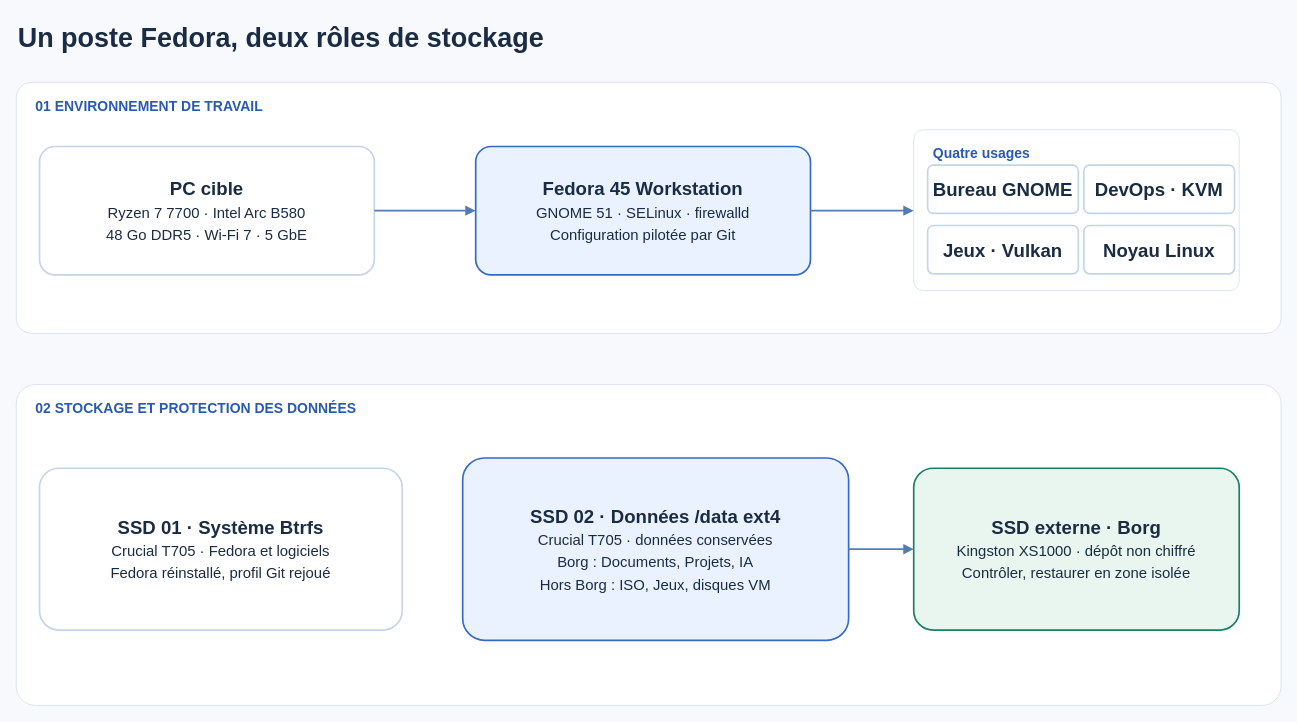
Earlier version of the draw.io diagram docs/assets/diagrams/architecture-poste.drawio (mathiasseguincadiche/FEDORA_GNOME_CUSTOM). Source tidied: cells renumbered, new cells numbered last; positions are measured from the earlier drawing's top-left corner, leaving out a move shared by most shapes. Both pictures are drawn from the tidied source at 93%, with x=0, y=0 at pixel (16, 16).
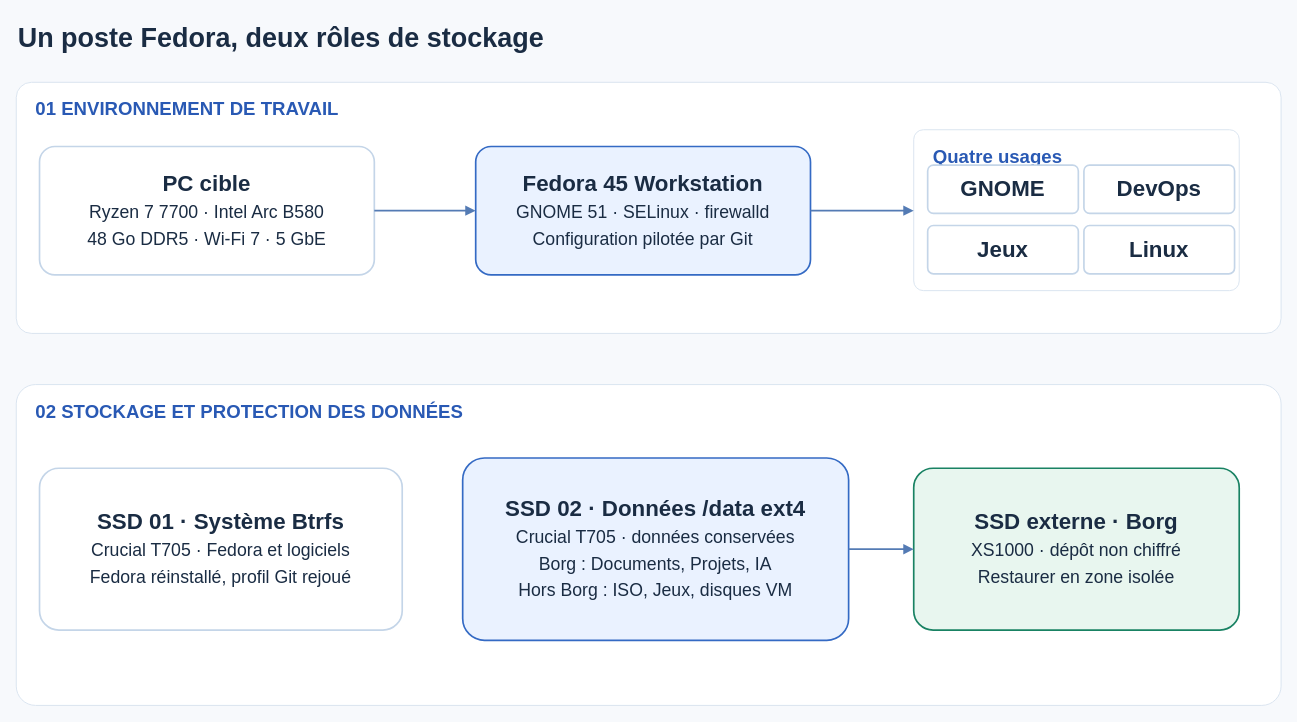
The same diagram, later.

The edit, as a diff of the source:
```diff
@@
 <mxGraphModel background="#F7F9FC">
   <root>
     <mxCell id="0" />
     <mxCell id="1" parent="0" />
     <mxCell id="2" value="Un poste Fedora, deux rôles de stockage" style="text;html=1;fontSize=29;fontStyle=1;fontColor=#1A2C43;fontFamily=Arial;align=left;verticalAlign=middle;" parent="1" vertex="1">
       <mxGeometry width="1360" height="46" as="geometry" />
     </mxCell>
-    <mxCell id="3" value="01  ENVIRONNEMENT DE TRAVAIL" style="rounded=1;arcSize=6;whiteSpace=wrap;html=1;fillColor=#FFFFFF;strokeColor=#D9E3EF;fontColor=#2959B4;fontStyle=1;fontSize=15;fontFamily=Arial;verticalAlign=top;align=left;spacingLeft=19;spacingTop=10;" parent="1" vertex="1">
+    <mxCell id="3" value="01  ENVIRONNEMENT DE TRAVAIL" style="rounded=1;arcSize=6;whiteSpace=wrap;html=1;fillColor=#FFFFFF;strokeColor=#D9E3EF;fontColor=#2959B4;fontStyle=1;fontSize=20;fontFamily=Arial;verticalAlign=top;align=left;spacingLeft=19;spacingTop=10;" parent="1" vertex="1">
       <mxGeometry y="71" width="1360" height="270" as="geometry" />
     </mxCell>
-    <mxCell id="4" value="Quatre usages" style="rounded=1;arcSize=6;whiteSpace=wrap;html=1;fillColor=#FFFFFF;strokeColor=#D9E3EF;fontColor=#2959B4;fontStyle=1;fontSize=15;fontFamily=Arial;verticalAlign=top;align=left;spacingLeft=19;spacingTop=10;" parent="1" vertex="1">
+    <mxCell id="4" value="Quatre usages" style="rounded=1;arcSize=6;whiteSpace=wrap;html=1;fillColor=#FFFFFF;strokeColor=#D9E3EF;fontColor=#2959B4;fontStyle=1;fontSize=20;fontFamily=Arial;verticalAlign=top;align=left;spacingLeft=19;spacingTop=10;" parent="1" vertex="1">
       <mxGeometry x="965" y="122" width="350" height="173" as="geometry" />
     </mxCell>
-    <mxCell id="5" value="02  STOCKAGE ET PROTECTION DES DONNÉES" style="rounded=1;arcSize=6;whiteSpace=wrap;html=1;fillColor=#FFFFFF;strokeColor=#D9E3EF;fontColor=#2959B4;fontStyle=1;fontSize=15;fontFamily=Arial;verticalAlign=top;align=left;spacingLeft=19;spacingTop=10;" parent="1" vertex="1">
+    <mxCell id="5" value="02  STOCKAGE ET PROTECTION DES DONNÉES" style="rounded=1;arcSize=6;whiteSpace=wrap;html=1;fillColor=#FFFFFF;strokeColor=#D9E3EF;fontColor=#2959B4;fontStyle=1;fontSize=20;fontFamily=Arial;verticalAlign=top;align=left;spacingLeft=19;spacingTop=10;" parent="1" vertex="1">
       <mxGeometry y="396" width="1360" height="345" as="geometry" />
     </mxCell>
-    <mxCell id="6" value="&lt;b&gt;PC cible&lt;/b&gt;&lt;br&gt;&lt;span style=&quot;font-size:16px&quot;&gt;Ryzen 7 7700 · Intel Arc B580&lt;/span&gt;&lt;br&gt;&lt;span style=&quot;font-size:16px&quot;&gt;48 Go DDR5 · Wi-Fi 7 · 5 GbE&lt;/span&gt;" style="rounded=1;arcSize=12;whiteSpace=wrap;html=1;fillColor=#FFFFFF;strokeColor=#C4D5E8;strokeWidth=1.8;fontColor=#1A2C43;fontSize=20;fontFamily=Arial;" parent="1" vertex="1">
+    <mxCell id="6" value="&lt;b&gt;PC cible&lt;/b&gt;&lt;br&gt;&lt;span style=&quot;font-size:19px&quot;&gt;Ryzen 7 7700 · Intel Arc B580&lt;/span&gt;&lt;br&gt;&lt;span style=&quot;font-size:19px&quot;&gt;48 Go DDR5 · Wi-Fi 7 · 5 GbE&lt;/span&gt;" style="rounded=1;arcSize=12;whiteSpace=wrap;html=1;fillColor=#FFFFFF;strokeColor=#C4D5E8;strokeWidth=1.8;fontColor=#1A2C43;fontSize=24;fontFamily=Arial;" parent="1" vertex="1">
       <mxGeometry x="25" y="140" width="360" height="138" as="geometry" />
     </mxCell>
-    <mxCell id="7" value="&lt;b&gt;Fedora 45 Workstation&lt;/b&gt;&lt;br&gt;&lt;span style=&quot;font-size:16px&quot;&gt;GNOME 51 · SELinux · firewalld&lt;/span&gt;&lt;br&gt;&lt;span style=&quot;font-size:16px&quot;&gt;Configuration pilotée par Git&lt;/span&gt;" style="rounded=1;arcSize=12;whiteSpace=wrap;html=1;fillColor=#EAF2FF;strokeColor=#346AC4;strokeWidth=1.8;fontColor=#1A2C43;fontSize=20;fontFamily=Arial;" parent="1" vertex="1">
+    <mxCell id="7" value="&lt;b&gt;Fedora 45 Workstation&lt;/b&gt;&lt;br&gt;&lt;span style=&quot;font-size:19px&quot;&gt;GNOME 51 · SELinux · firewalld&lt;/span&gt;&lt;br&gt;&lt;span style=&quot;font-size:19px&quot;&gt;Configuration pilotée par Git&lt;/span&gt;" style="rounded=1;arcSize=12;whiteSpace=wrap;html=1;fillColor=#EAF2FF;strokeColor=#346AC4;strokeWidth=1.8;fontColor=#1A2C43;fontSize=24;fontFamily=Arial;" parent="1" vertex="1">
       <mxGeometry x="494" y="140" width="360" height="138" as="geometry" />
     </mxCell>
-    <mxCell id="8" value="&lt;b&gt;Bureau GNOME&lt;/b&gt;" style="rounded=1;arcSize=12;whiteSpace=wrap;html=1;fillColor=#FFFFFF;strokeColor=#C4D5E8;strokeWidth=1.8;fontColor=#1A2C43;fontSize=20;fontFamily=Arial;" parent="1" vertex="1">
+    <mxCell id="8" value="&lt;b&gt;GNOME&lt;/b&gt;" style="rounded=1;arcSize=12;whiteSpace=wrap;html=1;fillColor=#FFFFFF;strokeColor=#C4D5E8;strokeWidth=1.8;fontColor=#1A2C43;fontSize=24;fontFamily=Arial;" parent="1" vertex="1">
       <mxGeometry x="980" y="160" width="162" height="52" as="geometry" />
     </mxCell>
-    <mxCell id="9" value="&lt;b&gt;DevOps · KVM&lt;/b&gt;" style="rounded=1;arcSize=12;whiteSpace=wrap;html=1;fillColor=#FFFFFF;strokeColor=#C4D5E8;strokeWidth=1.8;fontColor=#1A2C43;fontSize=20;fontFamily=Arial;" parent="1" vertex="1">
+    <mxCell id="9" value="&lt;b&gt;DevOps&lt;/b&gt;" style="rounded=1;arcSize=12;whiteSpace=wrap;html=1;fillColor=#FFFFFF;strokeColor=#C4D5E8;strokeWidth=1.8;fontColor=#1A2C43;fontSize=24;fontFamily=Arial;" parent="1" vertex="1">
       <mxGeometry x="1148" y="160" width="162" height="52" as="geometry" />
     </mxCell>
-    <mxCell id="10" value="&lt;b&gt;Jeux · Vulkan&lt;/b&gt;" style="rounded=1;arcSize=12;whiteSpace=wrap;html=1;fillColor=#FFFFFF;strokeColor=#C4D5E8;strokeWidth=1.8;fontColor=#1A2C43;fontSize=20;fontFamily=Arial;" parent="1" vertex="1">
+    <mxCell id="10" value="&lt;b&gt;Jeux&lt;/b&gt;" style="rounded=1;arcSize=12;whiteSpace=wrap;html=1;fillColor=#FFFFFF;strokeColor=#C4D5E8;strokeWidth=1.8;fontColor=#1A2C43;fontSize=24;fontFamily=Arial;" parent="1" vertex="1">
       <mxGeometry x="980" y="225" width="162" height="52" as="geometry" />
     </mxCell>
-    <mxCell id="11" value="&lt;b&gt;Noyau Linux&lt;/b&gt;" style="rounded=1;arcSize=12;whiteSpace=wrap;html=1;fillColor=#FFFFFF;strokeColor=#C4D5E8;strokeWidth=1.8;fontColor=#1A2C43;fontSize=20;fontFamily=Arial;" parent="1" vertex="1">
+    <mxCell id="11" value="&lt;b&gt;Linux&lt;/b&gt;" style="rounded=1;arcSize=12;whiteSpace=wrap;html=1;fillColor=#FFFFFF;strokeColor=#C4D5E8;strokeWidth=1.8;fontColor=#1A2C43;fontSize=24;fontFamily=Arial;" parent="1" vertex="1">
       <mxGeometry x="1148" y="225" width="162" height="52" as="geometry" />
     </mxCell>
-    <mxCell id="12" value="&lt;b&gt;SSD 01 · Système Btrfs&lt;/b&gt;&lt;br&gt;&lt;span style=&quot;font-size:16px&quot;&gt;Crucial T705 · Fedora et logiciels&lt;/span&gt;&lt;br&gt;&lt;span style=&quot;font-size:16px&quot;&gt;Fedora réinstallé, profil Git rejoué&lt;/span&gt;" style="rounded=1;arcSize=12;whiteSpace=wrap;html=1;fillColor=#FFFFFF;strokeColor=#C4D5E8;strokeWidth=1.8;fontColor=#1A2C43;fontSize=20;fontFamily=Arial;" parent="1" vertex="1">
+    <mxCell id="12" value="&lt;b&gt;SSD 01 · Système Btrfs&lt;/b&gt;&lt;br&gt;&lt;span style=&quot;font-size:19px&quot;&gt;Crucial T705 · Fedora et logiciels&lt;/span&gt;&lt;br&gt;&lt;span style=&quot;font-size:19px&quot;&gt;Fedora réinstallé, profil Git rejoué&lt;/span&gt;" style="rounded=1;arcSize=12;whiteSpace=wrap;html=1;fillColor=#FFFFFF;strokeColor=#C4D5E8;strokeWidth=1.8;fontColor=#1A2C43;fontSize=24;fontFamily=Arial;" parent="1" vertex="1">
       <mxGeometry x="25" y="486" width="390" height="174" as="geometry" />
     </mxCell>
-    <mxCell id="13" value="&lt;b&gt;SSD 02 · Données /data ext4&lt;/b&gt;&lt;br&gt;&lt;span style=&quot;font-size:16px&quot;&gt;Crucial T705 · données conservées&lt;/span&gt;&lt;br&gt;&lt;span style=&quot;font-size:16px&quot;&gt;Borg : Documents, Projets, IA&lt;/span&gt;&lt;br&gt;&lt;span style=&quot;font-size:16px&quot;&gt;Hors Borg : ISO, Jeux, disques VM&lt;/span&gt;" style="rounded=1;arcSize=12;whiteSpace=wrap;html=1;fillColor=#EAF2FF;strokeColor=#346AC4;strokeWidth=1.8;fontColor=#1A2C43;fontSize=20;fontFamily=Arial;" parent="1" vertex="1">
+    <mxCell id="13" value="&lt;b&gt;SSD 02 · Données /data ext4&lt;/b&gt;&lt;br&gt;&lt;span style=&quot;font-size:19px&quot;&gt;Crucial T705 · données conservées&lt;/span&gt;&lt;br&gt;&lt;span style=&quot;font-size:19px&quot;&gt;Borg : Documents, Projets, IA&lt;/span&gt;&lt;br&gt;&lt;span style=&quot;font-size:19px&quot;&gt;Hors Borg : ISO, Jeux, disques VM&lt;/span&gt;" style="rounded=1;arcSize=12;whiteSpace=wrap;html=1;fillColor=#EAF2FF;strokeColor=#346AC4;strokeWidth=1.8;fontColor=#1A2C43;fontSize=24;fontFamily=Arial;" parent="1" vertex="1">
       <mxGeometry x="480" y="475" width="415" height="196" as="geometry" />
     </mxCell>
-    <mxCell id="14" value="&lt;b&gt;SSD externe · Borg&lt;/b&gt;&lt;br&gt;&lt;span style=&quot;font-size:16px&quot;&gt;Kingston XS1000 · dépôt non chiffré&lt;/span&gt;&lt;br&gt;&lt;span style=&quot;font-size:16px&quot;&gt;Contrôler, restaurer en zone isolée&lt;/span&gt;" style="rounded=1;arcSize=12;whiteSpace=wrap;html=1;fillColor=#E8F6EF;strokeColor=#198263;strokeWidth=1.8;fontColor=#1A2C43;fontSize=20;fontFamily=Arial;" parent="1" vertex="1">
+    <mxCell id="14" value="&lt;b&gt;SSD externe · Borg&lt;/b&gt;&lt;br&gt;&lt;span style=&quot;font-size:19px&quot;&gt;XS1000 · dépôt non chiffré&lt;/span&gt;&lt;br&gt;&lt;span style=&quot;font-size:19px&quot;&gt;Restaurer en zone isolée&lt;/span&gt;" style="rounded=1;arcSize=12;whiteSpace=wrap;html=1;fillColor=#E8F6EF;strokeColor=#198263;strokeWidth=1.8;fontColor=#1A2C43;fontSize=24;fontFamily=Arial;" parent="1" vertex="1">
       <mxGeometry x="965" y="486" width="350" height="174" as="geometry" />
     </mxCell>
-    <mxCell id="15" style="endArrow=block;endFill=1;html=1;strokeColor=#547BB4;strokeWidth=2;fontColor=#1A2C43;fontSize=12;fontStyle=2;fontFamily=Arial;labelBackgroundColor=#FFFFFF;exitX=1.0000;exitY=0.5000;exitDx=0;exitDy=0;entryX=0.0000;entryY=0.5000;entryDx=0;entryDy=0;" parent="1" edge="1" source="6" target="7">
+    <mxCell id="15" style="endArrow=block;endFill=1;html=1;strokeColor=#547BB4;strokeWidth=2;fontColor=#1A2C43;fontSize=16;fontStyle=2;fontFamily=Arial;labelBackgroundColor=#FFFFFF;exitX=1.0000;exitY=0.5000;exitDx=0;exitDy=0;entryX=0.0000;entryY=0.5000;entryDx=0;entryDy=0;" parent="1" edge="1" source="6" target="7">
       <mxGeometry relative="1" as="geometry" />
     </mxCell>
-    <mxCell id="16" style="endArrow=block;endFill=1;html=1;strokeColor=#547BB4;strokeWidth=2;fontColor=#1A2C43;fontSize=12;fontStyle=2;fontFamily=Arial;labelBackgroundColor=#FFFFFF;exitX=1.0000;exitY=0.5000;exitDx=0;exitDy=0;entryX=0.0000;entryY=0.5029;entryDx=0;entryDy=0;" parent="1" edge="1" source="7" target="4">
+    <mxCell id="16" style="endArrow=block;endFill=1;html=1;strokeColor=#547BB4;strokeWidth=2;fontColor=#1A2C43;fontSize=16;fontStyle=2;fontFamily=Arial;labelBackgroundColor=#FFFFFF;exitX=1.0000;exitY=0.5000;exitDx=0;exitDy=0;entryX=0.0000;entryY=0.5029;entryDx=0;entryDy=0;" parent="1" edge="1" source="7" target="4">
       <mxGeometry relative="1" as="geometry" />
     </mxCell>
-    <mxCell id="17" style="endArrow=block;endFill=1;html=1;strokeColor=#547BB4;strokeWidth=2;fontColor=#1A2C43;fontSize=12;fontStyle=2;fontFamily=Arial;labelBackgroundColor=#FFFFFF;exitX=1.0000;exitY=0.5000;exitDx=0;exitDy=0;entryX=0.0000;entryY=0.5000;entryDx=0;entryDy=0;" parent="1" edge="1" source="13" target="14">
+    <mxCell id="17" style="endArrow=block;endFill=1;html=1;strokeColor=#547BB4;strokeWidth=2;fontColor=#1A2C43;fontSize=16;fontStyle=2;fontFamily=Arial;labelBackgroundColor=#FFFFFF;exitX=1.0000;exitY=0.5000;exitDx=0;exitDy=0;entryX=0.0000;entryY=0.5000;entryDx=0;entryDy=0;" parent="1" edge="1" source="13" target="14">
       <mxGeometry relative="1" as="geometry" />
     </mxCell>
   </root>
 </mxGraphModel>
```
